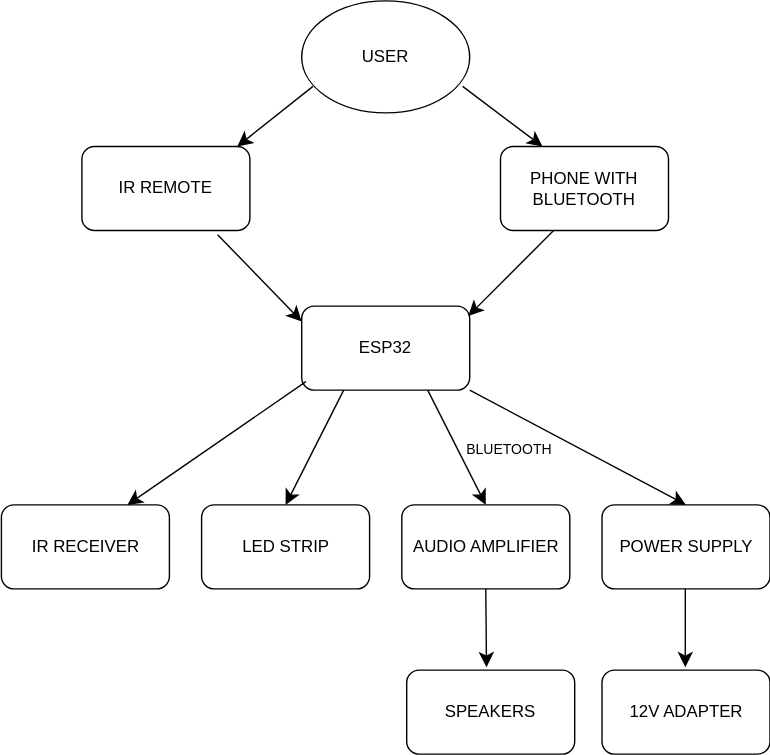
The draw.io diagram website/versioned_docs/version-acs_cc/project/2025/patricia.craciun/architecture.svg in UPB-PMRust/website, before a commit. Source tidied: cells renumbered, new cells last; positions are measured from the earlier drawing's top-left corner, leaving out a move shared by most shapes.
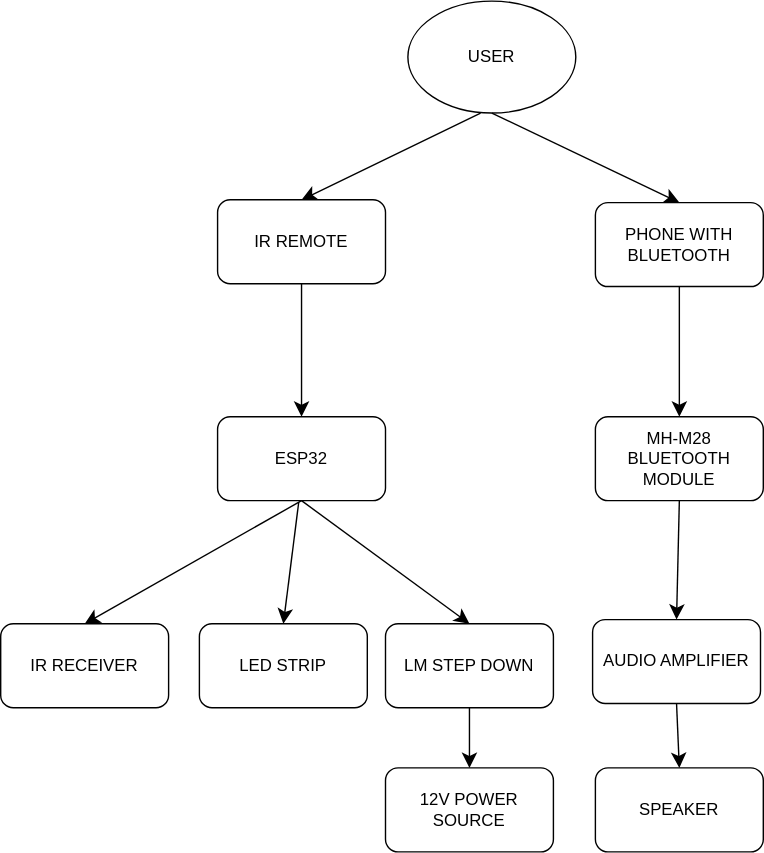
After the change.

Commit message:
revised after software milestone

What changed in the source:
```diff
@@ -3,77 +3,69 @@
     <mxCell id="0" />
     <mxCell id="1" parent="0" />
     <mxCell id="2" value="USER" style="ellipse;whiteSpace=wrap;html=1;" parent="1" vertex="1">
-      <mxGeometry x="215" width="120" height="80" as="geometry" />
+      <mxGeometry x="368" y="31" width="120" height="80" as="geometry" />
     </mxCell>
     <mxCell id="3" value="IR REMOTE" style="rounded=1;whiteSpace=wrap;html=1;" parent="1" vertex="1">
-      <mxGeometry x="58" y="104" width="120" height="60" as="geometry" />
+      <mxGeometry x="232" y="173" width="120" height="60" as="geometry" />
     </mxCell>
     <mxCell id="4" value="PHONE WITH BLUETOOTH" style="rounded=1;whiteSpace=wrap;html=1;" parent="1" vertex="1">
-      <mxGeometry x="357" y="104" width="120" height="60" as="geometry" />
+      <mxGeometry x="502" y="175" width="120" height="60" as="geometry" />
     </mxCell>
     <mxCell id="5" value="ESP32" style="rounded=1;whiteSpace=wrap;html=1;" parent="1" vertex="1">
-      <mxGeometry x="215" y="218" width="120" height="60" as="geometry" />
+      <mxGeometry x="232" y="328" width="120" height="60" as="geometry" />
     </mxCell>
+    <mxCell id="15" value="IR RECEIVER" style="rounded=1;whiteSpace=wrap;html=1;" parent="1" vertex="1">
+      <mxGeometry x="77" y="476" width="120" height="60" as="geometry" />
+    </mxCell>
     <mxCell id="6" value="LED STRIP" style="rounded=1;whiteSpace=wrap;html=1;" parent="1" vertex="1">
-      <mxGeometry x="143.5" y="360" width="120" height="60" as="geometry" />
+      <mxGeometry x="219" y="476" width="120" height="60" as="geometry" />
     </mxCell>
     <mxCell id="7" value="AUDIO AMPLIFIER" style="rounded=1;whiteSpace=wrap;html=1;" parent="1" vertex="1">
-      <mxGeometry x="286.5" y="360" width="120" height="60" as="geometry" />
+      <mxGeometry x="500" y="473" width="120" height="60" as="geometry" />
     </mxCell>
-    <mxCell id="8" value="SPEAKERS" style="rounded=1;whiteSpace=wrap;html=1;" parent="1" vertex="1">
-      <mxGeometry x="290" y="478" width="120" height="60" as="geometry" />
-    </mxCell>
-    <mxCell id="9" value="12V ADAPTER" style="rounded=1;whiteSpace=wrap;html=1;" parent="1" vertex="1">
-      <mxGeometry x="429.5" y="478" width="120" height="60" as="geometry" />
-    </mxCell>
-    <mxCell id="10" style="endArrow=classic;html=1;rounded=0;fontSize=12;startSize=8;endSize=8;curved=1;exitX=0.383;exitY=0;exitDx=0;exitDy=0;exitPerimeter=0;" parent="1" edge="1">
-      <mxGeometry relative="1" as="geometry">
-        <mxPoint x="155" y="167" as="sourcePoint" />
-        <mxPoint x="215" y="229" as="targetPoint" />
-      </mxGeometry>
-    </mxCell>
-    <mxCell id="11" style="endArrow=classic;html=1;rounded=0;fontSize=12;startSize=8;endSize=8;curved=1;exitX=0.383;exitY=0;exitDx=0;exitDy=0;exitPerimeter=0;entryX=0.992;entryY=0.117;entryDx=0;entryDy=0;entryPerimeter=0;" parent="1" edge="1" target="5">
-      <mxGeometry relative="1" as="geometry">
-        <mxPoint x="395" y="164" as="sourcePoint" />
-      </mxGeometry>
-    </mxCell>
-    <mxCell id="12" value="&lt;font style=&quot;font-size: 10px;&quot;&gt;BLUETOOTH&lt;/font&gt;" style="text;html=1;align=center;verticalAlign=middle;whiteSpace=wrap;rounded=0;" parent="1" vertex="1">
-      <mxGeometry x="343" y="303" width="40.5" height="33" as="geometry" />
-    </mxCell>
+    <mxCell id="23" value="SPEAKER" style="rounded=1;whiteSpace=wrap;html=1;" parent="1" vertex="1">
+      <mxGeometry x="502" y="579" width="120" height="60" as="geometry" />
+    </mxCell>
+    <mxCell id="24" value="LM STEP DOWN" style="rounded=1;whiteSpace=wrap;html=1;" parent="1" vertex="1">
+      <mxGeometry x="352" y="476" width="120" height="60" as="geometry" />
+    </mxCell>
+    <mxCell id="25" value="12V POWER SOURCE" style="rounded=1;whiteSpace=wrap;html=1;" parent="1" vertex="1">
+      <mxGeometry x="352" y="579" width="120" height="60" as="geometry" />
+    </mxCell>
+    <mxCell id="26" value="MH-M28 BLUETOOTH MODULE" style="rounded=1;whiteSpace=wrap;html=1;" parent="1" vertex="1">
+      <mxGeometry x="502" y="328" width="120" height="60" as="geometry" />
+    </mxCell>
-    <mxCell id="13" style="endArrow=classic;html=1;rounded=0;fontSize=12;startSize=8;endSize=8;curved=1;entryX=0.925;entryY=0;entryDx=0;entryDy=0;entryPerimeter=0;exitX=0.067;exitY=0.763;exitDx=0;exitDy=0;exitPerimeter=0;" parent="1" edge="1" source="2" target="3">
+    <mxCell id="13" style="endArrow=classic;html=1;rounded=0;fontSize=12;startSize=8;endSize=8;curved=1;entryX=0.5;entryY=0;entryDx=0;entryDy=0;exitX=0.433;exitY=1;exitDx=0;exitDy=0;exitPerimeter=0;" parent="1" edge="1" source="2" target="3">
       <mxGeometry relative="1" as="geometry" />
     </mxCell>
-    <mxCell id="14" style="endArrow=classic;html=1;rounded=0;fontSize=12;startSize=8;endSize=8;curved=1;entryX=0.25;entryY=0;entryDx=0;entryDy=0;exitX=0.958;exitY=0.763;exitDx=0;exitDy=0;exitPerimeter=0;" parent="1" edge="1" source="2" target="4">
+    <mxCell id="14" style="endArrow=classic;html=1;rounded=0;fontSize=12;startSize=8;endSize=8;curved=1;entryX=0.5;entryY=0;entryDx=0;entryDy=0;exitX=0.5;exitY=1;exitDx=0;exitDy=0;" parent="1" edge="1" source="2" target="4">
       <mxGeometry relative="1" as="geometry" />
     </mxCell>
-    <mxCell id="15" value="IR RECEIVER" style="rounded=1;whiteSpace=wrap;html=1;" parent="1" vertex="1">
-      <mxGeometry x="0.5" y="360" width="120" height="60" as="geometry" />
-    </mxCell>
-    <mxCell id="16" value="POWER SUPPLY" style="rounded=1;whiteSpace=wrap;html=1;" parent="1" vertex="1">
-      <mxGeometry x="429.5" y="360" width="120" height="60" as="geometry" />
-    </mxCell>
+    <mxCell id="27" style="endArrow=classic;html=1;rounded=0;fontSize=12;startSize=8;endSize=8;curved=1;entryX=0.5;entryY=0;entryDx=0;entryDy=0;exitX=0.5;exitY=1;exitDx=0;exitDy=0;" parent="1" edge="1" source="3" target="5">
+      <mxGeometry relative="1" as="geometry" />
+    </mxCell>
+    <mxCell id="28" style="endArrow=classic;html=1;rounded=0;fontSize=12;startSize=8;endSize=8;curved=1;exitX=0.5;exitY=1;exitDx=0;exitDy=0;entryX=0.5;entryY=0;entryDx=0;entryDy=0;" parent="1" edge="1" source="4" target="26">
+      <mxGeometry relative="1" as="geometry" />
+    </mxCell>
-    <mxCell id="17" style="endArrow=classic;html=1;rounded=0;fontSize=12;startSize=8;endSize=8;curved=1;entryX=0.75;entryY=0;entryDx=0;entryDy=0;exitX=0.025;exitY=0.9;exitDx=0;exitDy=0;exitPerimeter=0;" parent="1" edge="1" source="5" target="15">
+    <mxCell id="17" style="endArrow=classic;html=1;rounded=0;fontSize=12;startSize=8;endSize=8;curved=1;exitX=0.5;exitY=1;exitDx=0;exitDy=0;entryX=0.5;entryY=0;entryDx=0;entryDy=0;" parent="1" edge="1" source="5" target="15">
       <mxGeometry relative="1" as="geometry" />
     </mxCell>
-    <mxCell id="18" style="endArrow=classic;html=1;rounded=0;fontSize=12;startSize=8;endSize=8;curved=1;entryX=0.5;entryY=0;entryDx=0;entryDy=0;exitX=0.25;exitY=1;exitDx=0;exitDy=0;" parent="1" edge="1" source="5" target="6">
-      <mxGeometry relative="1" as="geometry" />
-    </mxCell>
-    <mxCell id="19" style="endArrow=classic;html=1;rounded=0;fontSize=12;startSize=8;endSize=8;curved=1;entryX=0.5;entryY=0;entryDx=0;entryDy=0;exitX=0.75;exitY=1;exitDx=0;exitDy=0;" parent="1" edge="1" source="5" target="7">
-      <mxGeometry relative="1" as="geometry" />
-    </mxCell>
-    <mxCell id="20" style="endArrow=classic;html=1;rounded=0;fontSize=12;startSize=8;endSize=8;curved=1;entryX=0.5;entryY=0;entryDx=0;entryDy=0;exitX=1;exitY=1;exitDx=0;exitDy=0;" parent="1" edge="1" source="5" target="16">
-      <mxGeometry relative="1" as="geometry" />
-    </mxCell>
-    <mxCell id="21" style="endArrow=classic;html=1;rounded=0;fontSize=12;startSize=8;endSize=8;curved=1;exitX=0.5;exitY=1;exitDx=0;exitDy=0;" parent="1" edge="1" source="7">
-      <mxGeometry relative="1" as="geometry">
-        <mxPoint x="347" y="476" as="targetPoint" />
-      </mxGeometry>
-    </mxCell>
-    <mxCell id="22" style="endArrow=classic;html=1;rounded=0;fontSize=12;startSize=8;endSize=8;curved=1;exitX=0.5;exitY=1;exitDx=0;exitDy=0;" parent="1" edge="1">
-      <mxGeometry relative="1" as="geometry">
-        <mxPoint x="489" y="420" as="sourcePoint" />
-        <mxPoint x="489" y="476" as="targetPoint" />
-      </mxGeometry>
-    </mxCell>
+    <mxCell id="29" style="endArrow=classic;html=1;rounded=0;fontSize=12;startSize=8;endSize=8;curved=1;entryX=0.5;entryY=0;entryDx=0;entryDy=0;" parent="1" edge="1" target="6">
+      <mxGeometry relative="1" as="geometry">
+        <mxPoint x="290" y="389" as="sourcePoint" />
+      </mxGeometry>
+    </mxCell>
+    <mxCell id="30" style="endArrow=classic;html=1;rounded=0;fontSize=12;startSize=8;endSize=8;curved=1;entryX=0.5;entryY=0;entryDx=0;entryDy=0;exitX=0.5;exitY=1;exitDx=0;exitDy=0;" parent="1" edge="1" source="5" target="24">
+      <mxGeometry relative="1" as="geometry" />
+    </mxCell>
+    <mxCell id="31" style="endArrow=classic;html=1;rounded=0;fontSize=12;startSize=8;endSize=8;curved=1;entryX=0.5;entryY=0;entryDx=0;entryDy=0;exitX=0.5;exitY=1;exitDx=0;exitDy=0;" parent="1" edge="1" source="26" target="7">
+      <mxGeometry relative="1" as="geometry" />
+    </mxCell>
+    <mxCell id="32" style="endArrow=classic;html=1;rounded=0;fontSize=12;startSize=8;endSize=8;curved=1;entryX=0.5;entryY=0;entryDx=0;entryDy=0;exitX=0.5;exitY=1;exitDx=0;exitDy=0;" parent="1" edge="1" source="24" target="25">
+      <mxGeometry relative="1" as="geometry" />
+    </mxCell>
+    <mxCell id="33" style="endArrow=classic;html=1;rounded=0;fontSize=12;startSize=8;endSize=8;curved=1;entryX=0.5;entryY=0;entryDx=0;entryDy=0;exitX=0.5;exitY=1;exitDx=0;exitDy=0;" parent="1" edge="1" source="7" target="23">
+      <mxGeometry relative="1" as="geometry" />
+    </mxCell>
   </root>
 </mxGraphModel>
```
